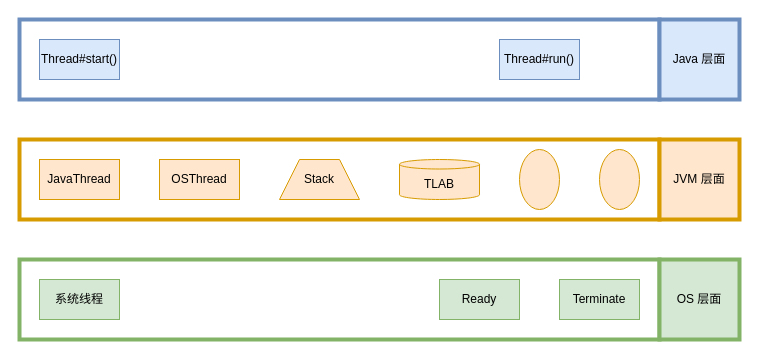
Earlier version of the draw.io diagram homework/src/main/resources/Java 线程的创建过程.drawio (YufuMxl/geek_java_practise). Source tidied: cells renumbered, new cells numbered last; positions are measured from the earlier drawing's top-left corner, leaving out a move shared by most shapes. Both pictures are drawn from the tidied source at 100%, with x=0, y=0 at pixel (19, 19).
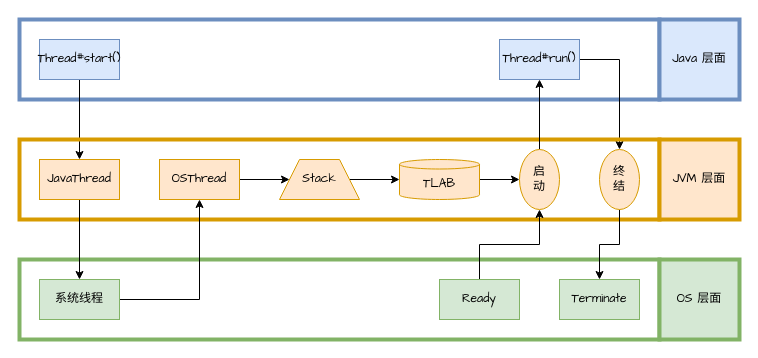
After the change.

Commit message (it also covers changes not shown here):
Update Java 线程的创建过程.drawio

What changed in the source:
```diff
@@
-    <mxCell id="2" style="rounded=0;whiteSpace=wrap;html=1;strokeColor=#6c8ebf;strokeWidth=4;fillColor=none;" parent="1" vertex="1">
+    <mxCell id="2" style="rounded=0;whiteSpace=wrap;html=1;strokeColor=#6c8ebf;strokeWidth=4;fillColor=none;fontFamily=Comic Sans MS;" parent="1" vertex="1">
       <mxGeometry width="640" height="80" as="geometry" />
     </mxCell>
+    <mxCell id="19" style="edgeStyle=orthogonalEdgeStyle;rounded=0;jettySize=auto;html=1;exitX=0.5;exitY=1;exitDx=0;exitDy=0;entryX=0.5;entryY=0;entryDx=0;entryDy=0;fontFamily=Comic Sans MS;" parent="1" edge="1" source="3" target="7">
+      <mxGeometry relative="1" as="geometry" />
+    </mxCell>
-    <mxCell id="3" value="Thread#start()" style="rounded=0;whiteSpace=wrap;html=1;strokeColor=#6c8ebf;strokeWidth=1;fillColor=#dae8fc;" parent="1" vertex="1">
+    <mxCell id="3" value="Thread#start()" style="rounded=0;whiteSpace=wrap;html=1;strokeColor=#6c8ebf;strokeWidth=1;fillColor=#dae8fc;fontFamily=Comic Sans MS;" parent="1" vertex="1">
       <mxGeometry x="20" y="20" width="80" height="40" as="geometry" />
     </mxCell>
+    <mxCell id="20" style="edgeStyle=orthogonalEdgeStyle;rounded=0;jettySize=auto;html=1;exitX=1;exitY=0.5;exitDx=0;exitDy=0;entryX=0.5;entryY=0;entryDx=0;entryDy=0;fontFamily=Comic Sans MS;" parent="1" edge="1" source="4" target="13">
+      <mxGeometry relative="1" as="geometry" />
+    </mxCell>
-    <mxCell id="4" value="Thread#run()" style="rounded=0;whiteSpace=wrap;html=1;strokeColor=#6c8ebf;strokeWidth=1;fillColor=#dae8fc;" parent="1" vertex="1">
+    <mxCell id="4" value="Thread#run()" style="rounded=0;whiteSpace=wrap;html=1;strokeColor=#6c8ebf;strokeWidth=1;fillColor=#dae8fc;fontFamily=Comic Sans MS;" parent="1" vertex="1">
       <mxGeometry x="480" y="20" width="80" height="40" as="geometry" />
     </mxCell>
-    <mxCell id="5" style="rounded=0;whiteSpace=wrap;html=1;strokeColor=#d79b00;strokeWidth=4;fillColor=none;" parent="1" vertex="1">
+    <mxCell id="5" style="rounded=0;whiteSpace=wrap;html=1;strokeColor=#d79b00;strokeWidth=4;fillColor=none;fontFamily=Comic Sans MS;" parent="1" vertex="1">
       <mxGeometry y="120" width="640" height="80" as="geometry" />
     </mxCell>
-    <mxCell id="6" style="rounded=0;whiteSpace=wrap;html=1;strokeColor=#82b366;strokeWidth=4;fillColor=none;" parent="1" vertex="1">
+    <mxCell id="6" style="rounded=0;whiteSpace=wrap;html=1;strokeColor=#82b366;strokeWidth=4;fillColor=none;fontFamily=Comic Sans MS;" parent="1" vertex="1">
       <mxGeometry y="240" width="640" height="80" as="geometry" />
     </mxCell>
+    <mxCell id="21" style="edgeStyle=orthogonalEdgeStyle;rounded=0;jettySize=auto;html=1;exitX=0.5;exitY=1;exitDx=0;exitDy=0;entryX=0.5;entryY=0;entryDx=0;entryDy=0;fontFamily=Comic Sans MS;" parent="1" edge="1" source="7" target="9">
+      <mxGeometry relative="1" as="geometry" />
+    </mxCell>
-    <mxCell id="7" value="JavaThread" style="rounded=0;whiteSpace=wrap;html=1;strokeColor=#d79b00;strokeWidth=1;fillColor=#ffe6cc;" parent="1" vertex="1">
+    <mxCell id="7" value="JavaThread" style="rounded=0;whiteSpace=wrap;html=1;strokeColor=#d79b00;strokeWidth=1;fillColor=#ffe6cc;fontFamily=Comic Sans MS;" parent="1" vertex="1">
       <mxGeometry x="20" y="140" width="80" height="40" as="geometry" />
     </mxCell>
+    <mxCell id="22" style="edgeStyle=orthogonalEdgeStyle;rounded=0;jettySize=auto;html=1;exitX=1;exitY=0.5;exitDx=0;exitDy=0;entryX=0;entryY=0.5;entryDx=0;entryDy=0;fontFamily=Comic Sans MS;" parent="1" edge="1" source="8" target="10">
+      <mxGeometry relative="1" as="geometry" />
+    </mxCell>
-    <mxCell id="8" value="OSThread" style="rounded=0;whiteSpace=wrap;html=1;strokeColor=#d79b00;strokeWidth=1;fillColor=#ffe6cc;" parent="1" vertex="1">
+    <mxCell id="8" value="OSThread" style="rounded=0;whiteSpace=wrap;html=1;strokeColor=#d79b00;strokeWidth=1;fillColor=#ffe6cc;fontFamily=Comic Sans MS;" parent="1" vertex="1">
       <mxGeometry x="140" y="140" width="80" height="40" as="geometry" />
     </mxCell>
+    <mxCell id="23" style="edgeStyle=orthogonalEdgeStyle;rounded=0;jettySize=auto;html=1;exitX=1;exitY=0.5;exitDx=0;exitDy=0;entryX=0.5;entryY=1;entryDx=0;entryDy=0;fontFamily=Comic Sans MS;" parent="1" edge="1" source="9" target="8">
+      <mxGeometry relative="1" as="geometry" />
+    </mxCell>
-    <mxCell id="9" value="系统线程" style="rounded=0;whiteSpace=wrap;html=1;strokeColor=#82b366;strokeWidth=1;fillColor=#d5e8d4;" parent="1" vertex="1">
+    <mxCell id="9" value="系统线程" style="rounded=0;whiteSpace=wrap;html=1;strokeColor=#82b366;strokeWidth=1;fillColor=#d5e8d4;fontFamily=Comic Sans MS;" parent="1" vertex="1">
       <mxGeometry x="20" y="260" width="80" height="40" as="geometry" />
     </mxCell>
+    <mxCell id="24" style="edgeStyle=orthogonalEdgeStyle;rounded=0;jettySize=auto;html=1;exitX=1;exitY=0.5;exitDx=0;exitDy=0;entryX=0;entryY=0.5;entryDx=0;entryDy=0;entryPerimeter=0;fontFamily=Comic Sans MS;" parent="1" edge="1" source="10" target="11">
+      <mxGeometry relative="1" as="geometry" />
+    </mxCell>
-    <mxCell id="10" value="Stack" style="shape=trapezoid;perimeter=trapezoidPerimeter;whiteSpace=wrap;html=1;fixedSize=1;strokeColor=#d79b00;strokeWidth=1;fillColor=#ffe6cc;" parent="1" vertex="1">
+    <mxCell id="10" value="Stack" style="shape=trapezoid;perimeter=trapezoidPerimeter;whiteSpace=wrap;html=1;fixedSize=1;strokeColor=#d79b00;strokeWidth=1;fillColor=#ffe6cc;fontFamily=Comic Sans MS;" parent="1" vertex="1">
       <mxGeometry x="260" y="140" width="80" height="40" as="geometry" />
     </mxCell>
+    <mxCell id="25" style="edgeStyle=orthogonalEdgeStyle;rounded=0;jettySize=auto;html=1;exitX=1;exitY=0.5;exitDx=0;exitDy=0;exitPerimeter=0;entryX=0;entryY=0.5;entryDx=0;entryDy=0;fontFamily=Comic Sans MS;" parent="1" edge="1" source="11" target="12">
+      <mxGeometry relative="1" as="geometry" />
+    </mxCell>
-    <mxCell id="11" value="TLAB" style="shape=cylinder3;whiteSpace=wrap;html=1;boundedLbl=1;backgroundOutline=1;size=4.758620689655231;strokeColor=#d79b00;strokeWidth=1;fillColor=#ffe6cc;" parent="1" vertex="1">
+    <mxCell id="11" value="TLAB" style="shape=cylinder3;whiteSpace=wrap;html=1;boundedLbl=1;backgroundOutline=1;size=4.758620689655231;strokeColor=#d79b00;strokeWidth=1;fillColor=#ffe6cc;fontFamily=Comic Sans MS;" parent="1" vertex="1">
       <mxGeometry x="380" y="140" width="80" height="40" as="geometry" />
     </mxCell>
+    <mxCell id="26" style="edgeStyle=orthogonalEdgeStyle;rounded=0;jettySize=auto;html=1;exitX=0.5;exitY=0;exitDx=0;exitDy=0;entryX=0.5;entryY=1;entryDx=0;entryDy=0;fontFamily=Comic Sans MS;" parent="1" edge="1" source="12" target="4">
+      <mxGeometry relative="1" as="geometry" />
+    </mxCell>
-    <mxCell id="12" style="ellipse;whiteSpace=wrap;html=1;strokeColor=#d79b00;strokeWidth=1;fillColor=#ffe6cc;" parent="1" vertex="1">
+    <mxCell id="12" value="&lt;div&gt;启&lt;/div&gt;&lt;div&gt;动&lt;/div&gt;" style="ellipse;whiteSpace=wrap;html=1;strokeColor=#d79b00;strokeWidth=1;fillColor=#ffe6cc;fontFamily=Comic Sans MS;" parent="1" vertex="1">
       <mxGeometry x="500" y="130" width="40" height="60" as="geometry" />
     </mxCell>
+    <mxCell id="27" style="edgeStyle=orthogonalEdgeStyle;rounded=0;jettySize=auto;html=1;exitX=0.5;exitY=1;exitDx=0;exitDy=0;entryX=0.5;entryY=0;entryDx=0;entryDy=0;fontFamily=Comic Sans MS;" parent="1" edge="1" source="13" target="15">
+      <mxGeometry relative="1" as="geometry" />
+    </mxCell>
-    <mxCell id="13" style="ellipse;whiteSpace=wrap;html=1;strokeColor=#d79b00;strokeWidth=1;fillColor=#ffe6cc;" parent="1" vertex="1">
+    <mxCell id="13" value="&lt;div&gt;终&lt;/div&gt;&lt;div&gt;结&lt;/div&gt;" style="ellipse;whiteSpace=wrap;html=1;strokeColor=#d79b00;strokeWidth=1;fillColor=#ffe6cc;fontFamily=Comic Sans MS;" parent="1" vertex="1">
       <mxGeometry x="580" y="130" width="40" height="60" as="geometry" />
     </mxCell>
+    <mxCell id="28" style="edgeStyle=orthogonalEdgeStyle;rounded=0;jettySize=auto;html=1;exitX=0.5;exitY=0;exitDx=0;exitDy=0;entryX=0.5;entryY=1;entryDx=0;entryDy=0;fontFamily=Comic Sans MS;" parent="1" edge="1" source="14" target="12">
+      <mxGeometry relative="1" as="geometry" />
+    </mxCell>
-    <mxCell id="14" value="Ready" style="rounded=0;whiteSpace=wrap;html=1;strokeColor=#82b366;strokeWidth=1;fillColor=#d5e8d4;" parent="1" vertex="1">
+    <mxCell id="14" value="Ready" style="rounded=0;whiteSpace=wrap;html=1;strokeColor=#82b366;strokeWidth=1;fillColor=#d5e8d4;fontFamily=Comic Sans MS;" parent="1" vertex="1">
       <mxGeometry x="420" y="260" width="80" height="40" as="geometry" />
     </mxCell>
-    <mxCell id="15" value="Terminate" style="rounded=0;whiteSpace=wrap;html=1;strokeColor=#82b366;strokeWidth=1;fillColor=#d5e8d4;" parent="1" vertex="1">
+    <mxCell id="15" value="Terminate" style="rounded=0;whiteSpace=wrap;html=1;strokeColor=#82b366;strokeWidth=1;fillColor=#d5e8d4;fontFamily=Comic Sans MS;" parent="1" vertex="1">
       <mxGeometry x="540" y="260" width="80" height="40" as="geometry" />
     </mxCell>
-    <mxCell id="16" value="Java 层面" style="text;html=1;strokeColor=#6c8ebf;fillColor=#dae8fc;align=center;verticalAlign=middle;whiteSpace=wrap;rounded=0;strokeWidth=4;" parent="1" vertex="1">
+    <mxCell id="16" value="Java 层面" style="text;html=1;strokeColor=#6c8ebf;fillColor=#dae8fc;align=center;verticalAlign=middle;whiteSpace=wrap;rounded=0;strokeWidth=4;fontFamily=Comic Sans MS;" parent="1" vertex="1">
       <mxGeometry x="640" width="80" height="80" as="geometry" />
     </mxCell>
-    <mxCell id="17" value="JVM 层面" style="text;html=1;strokeColor=#d79b00;fillColor=#ffe6cc;align=center;verticalAlign=middle;whiteSpace=wrap;rounded=0;strokeWidth=4;" parent="1" vertex="1">
+    <mxCell id="17" value="JVM 层面" style="text;html=1;strokeColor=#d79b00;fillColor=#ffe6cc;align=center;verticalAlign=middle;whiteSpace=wrap;rounded=0;strokeWidth=4;fontFamily=Comic Sans MS;" parent="1" vertex="1">
       <mxGeometry x="640" y="120" width="80" height="80" as="geometry" />
     </mxCell>
-    <mxCell id="18" value="OS 层面" style="text;html=1;strokeColor=#82b366;fillColor=#d5e8d4;align=center;verticalAlign=middle;whiteSpace=wrap;rounded=0;strokeWidth=4;" parent="1" vertex="1">
+    <mxCell id="18" value="OS 层面" style="text;html=1;strokeColor=#82b366;fillColor=#d5e8d4;align=center;verticalAlign=middle;whiteSpace=wrap;rounded=0;strokeWidth=4;fontFamily=Comic Sans MS;" parent="1" vertex="1">
       <mxGeometry x="640" y="240" width="80" height="80" as="geometry" />
     </mxCell>
```
